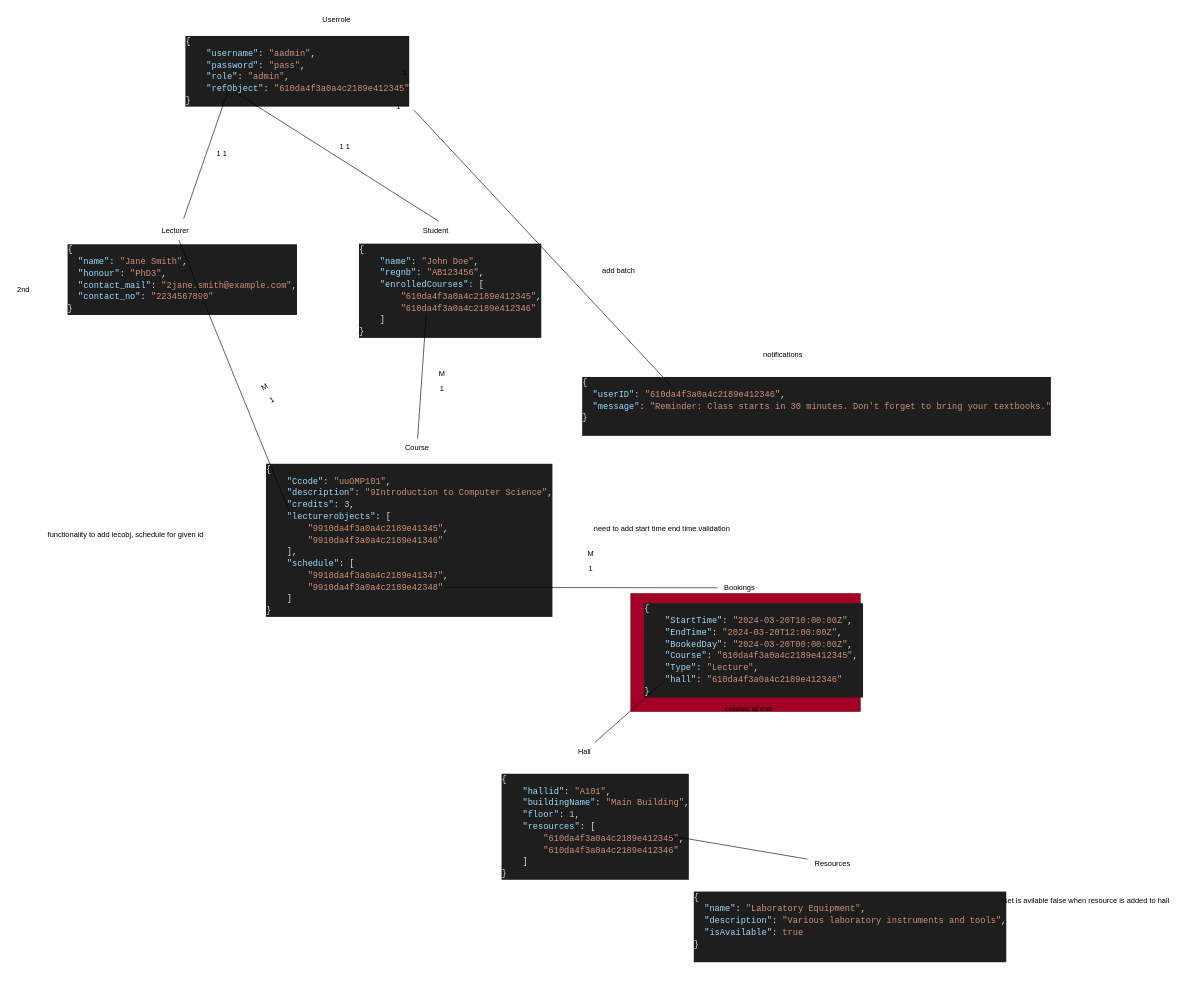
Earlier version of the draw.io diagram jsonMapping.drawio (nxdun/timetide). Source tidied: cells renumbered, new cells numbered last; positions are measured from the earlier drawing's top-left corner, leaving out a move shared by most shapes. Both pictures are drawn from the tidied source at 62%, with x=0, y=0 at pixel (11, 11).
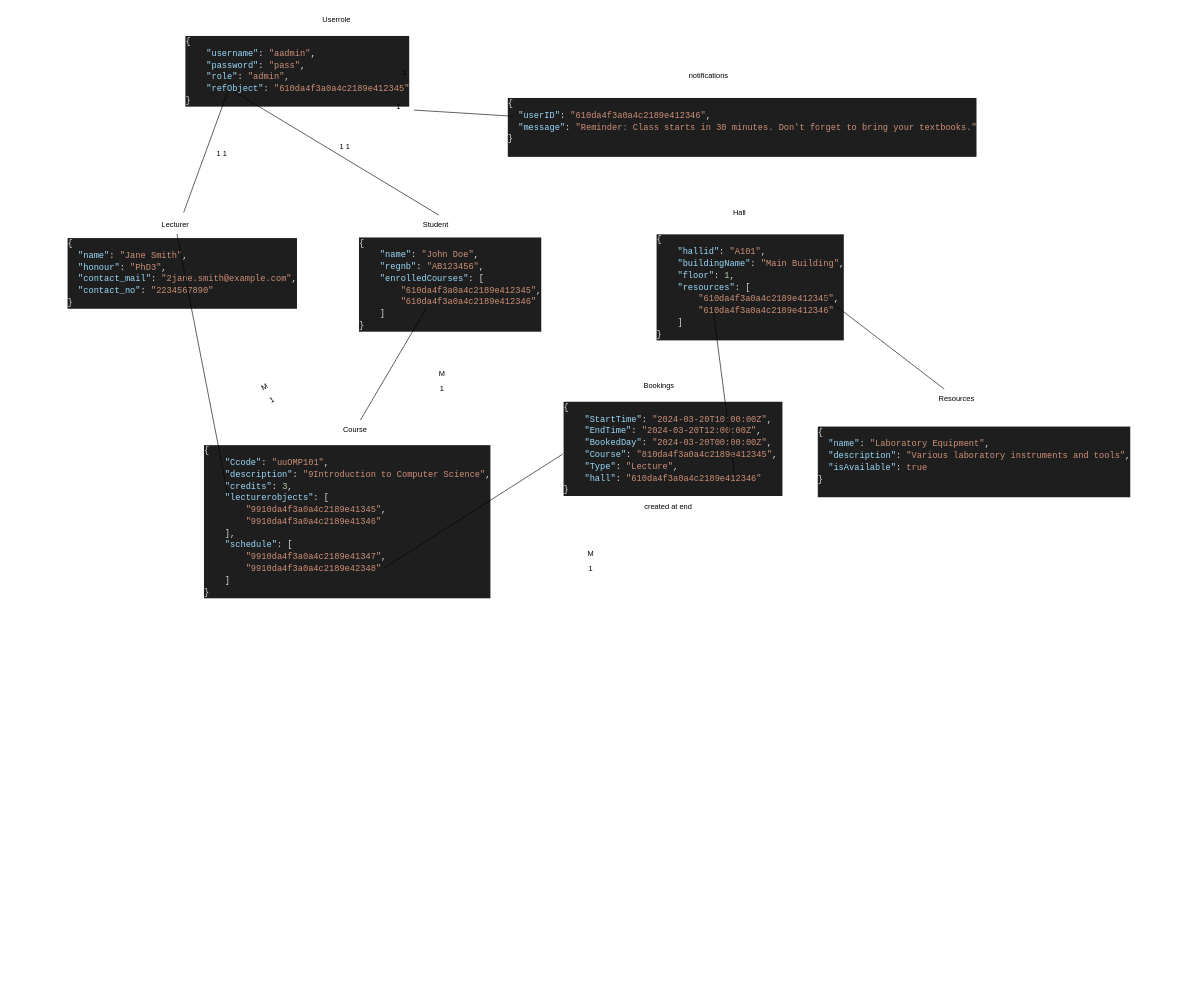
Above is the later version.

Unchanged cells that the change refers to:
```xml
<mxCell id="10" value="&#10;&lt;div style=&quot;color: rgb(212, 212, 212); background-color: rgb(30, 30, 30); font-family: Consolas, &amp;quot;Courier New&amp;quot;, monospace; font-weight: normal; font-size: 14px; line-height: 19px;&quot;&gt;&lt;div&gt;&lt;span style=&quot;color: #dcdcdc;&quot;&gt;{&lt;/span&gt;&lt;/div&gt;&lt;div&gt;&lt;span style=&quot;color: #d4d4d4;&quot;&gt;&amp;nbsp;&amp;nbsp;&amp;nbsp;&amp;nbsp;&lt;/span&gt;&lt;span style=&quot;color: #9cdcfe;&quot;&gt;&quot;StartTime&quot;&lt;/span&gt;&lt;span style=&quot;color: #dcdcdc;&quot;&gt;:&lt;/span&gt;&lt;span style=&quot;color: #d4d4d4;&quot;&gt;&amp;nbsp;&lt;/span&gt;&lt;span style=&quot;color: #ce9178;&quot;&gt;&quot;2024-03-20T10:00:00Z&quot;&lt;/span&gt;&lt;span style=&quot;color: #dcdcdc;&quot;&gt;,&lt;/span&gt;&lt;/div&gt;&lt;div&gt;&lt;span style=&quot;color: #d4d4d4;&quot;&gt;&amp;nbsp;&amp;nbsp;&amp;nbsp;&amp;nbsp;&lt;/span&gt;&lt;span style=&quot;color: #9cdcfe;&quot;&gt;&quot;EndTime&quot;&lt;/span&gt;&lt;span style=&quot;color: #dcdcdc;&quot;&gt;:&lt;/span&gt;&lt;span style=&quot;color: #d4d4d4;&quot;&gt;&amp;nbsp;&lt;/span&gt;&lt;span style=&quot;color: #ce9178;&quot;&gt;&quot;2024-03-20T12:00:00Z&quot;&lt;/span&gt;&lt;span style=&quot;color: #dcdcdc;&quot;&gt;,&lt;/span&gt;&lt;/div&gt;&lt;div&gt;&lt;span style=&quot;color: #d4d4d4;&quot;&gt;&amp;nbsp;&amp;nbsp;&amp;nbsp;&amp;nbsp;&lt;/span&gt;&lt;span style=&quot;color: #9cdcfe;&quot;&gt;&quot;BookedDay&quot;&lt;/span&gt;&lt;span style=&quot;color: #dcdcdc;&quot;&gt;:&lt;/span&gt;&lt;span style=&quot;color: #d4d4d4;&quot;&gt;&amp;nbsp;&lt;/span&gt;&lt;span style=&quot;color: #ce9178;&quot;&gt;&quot;2024-03-20T00:00:00Z&quot;&lt;/span&gt;&lt;span style=&quot;color: #dcdcdc;&quot;&gt;,&lt;/span&gt;&lt;/div&gt;&lt;div&gt;&lt;span style=&quot;color: #d4d4d4;&quot;&gt;&amp;nbsp;&amp;nbsp;&amp;nbsp;&amp;nbsp;&lt;/span&gt;&lt;span style=&quot;color: #9cdcfe;&quot;&gt;&quot;Course&quot;&lt;/span&gt;&lt;span style=&quot;color: #dcdcdc;&quot;&gt;:&lt;/span&gt;&lt;span style=&quot;color: #d4d4d4;&quot;&gt;&amp;nbsp;&lt;/span&gt;&lt;span style=&quot;color: #ce9178;&quot;&gt;&quot;810da4f3a0a4c2189e412345&quot;&lt;/span&gt;&lt;span style=&quot;color: #dcdcdc;&quot;&gt;,&lt;/span&gt;&lt;span style=&quot;color: #d4d4d4;&quot;&gt;&amp;nbsp;&lt;/span&gt;&lt;/div&gt;&lt;div&gt;&lt;span style=&quot;color: #d4d4d4;&quot;&gt;&amp;nbsp;&amp;nbsp;&amp;nbsp;&amp;nbsp;&lt;/span&gt;&lt;span style=&quot;color: #9cdcfe;&quot;&gt;&quot;Type&quot;&lt;/span&gt;&lt;span style=&quot;color: #dcdcdc;&quot;&gt;:&lt;/span&gt;&lt;span style=&quot;color: #d4d4d4;&quot;&gt;&amp;nbsp;&lt;/span&gt;&lt;span style=&quot;color: #ce9178;&quot;&gt;&quot;Lecture&quot;&lt;/span&gt;&lt;span style=&quot;color: #dcdcdc;&quot;&gt;,&lt;/span&gt;&lt;/div&gt;&lt;div&gt;&lt;span style=&quot;color: #d4d4d4;&quot;&gt;&amp;nbsp;&amp;nbsp;&amp;nbsp;&amp;nbsp;&lt;/span&gt;&lt;span style=&quot;color: #9cdcfe;&quot;&gt;&quot;hall&quot;&lt;/span&gt;&lt;span style=&quot;color: #dcdcdc;&quot;&gt;:&lt;/span&gt;&lt;span style=&quot;color: #d4d4d4;&quot;&gt;&amp;nbsp;&lt;/span&gt;&lt;span style=&quot;color: #ce9178;&quot;&gt;&quot;610da4f3a0a4c2189e412346&quot;&lt;/span&gt;&lt;span style=&quot;color: #d4d4d4;&quot;&gt;&amp;nbsp;&lt;/span&gt;&lt;/div&gt;&lt;div&gt;&lt;span style=&quot;color: #dcdcdc;&quot;&gt;}&lt;/span&gt;&lt;/div&gt;&lt;/div&gt;&#10;&#10;" style="text;whiteSpace=wrap;html=1;" parent="9" vertex="1">
  <mxGeometry x="20" y="20" width="370" height="140" as="geometry" />
</mxCell>
<mxCell id="11" value="Bookings" style="text;html=1;align=center;verticalAlign=middle;points=[];strokeColor=none;fillColor=none;" parent="9" vertex="1">
  <mxGeometry x="140" width="70" height="30" as="geometry" />
</mxCell>
<mxCell id="14" value="&#10;&lt;div style=&quot;color: rgb(212, 212, 212); background-color: rgb(30, 30, 30); font-family: Consolas, &amp;quot;Courier New&amp;quot;, monospace; font-weight: normal; font-size: 14px; line-height: 19px;&quot;&gt;&lt;div&gt;&lt;span style=&quot;color: #dcdcdc;&quot;&gt;{&lt;/span&gt;&lt;/div&gt;&lt;div&gt;&lt;span style=&quot;color: #d4d4d4;&quot;&gt;&amp;nbsp;&amp;nbsp;&amp;nbsp;&amp;nbsp;&lt;/span&gt;&lt;span style=&quot;color: #9cdcfe;&quot;&gt;&quot;Ccode&quot;&lt;/span&gt;&lt;span style=&quot;color: #dcdcdc;&quot;&gt;:&lt;/span&gt;&lt;span style=&quot;color: #d4d4d4;&quot;&gt;&amp;nbsp;&lt;/span&gt;&lt;span style=&quot;color: #ce9178;&quot;&gt;&quot;uuOMP101&quot;&lt;/span&gt;&lt;span style=&quot;color: #dcdcdc;&quot;&gt;,&lt;/span&gt;&lt;/div&gt;&lt;div&gt;&lt;span style=&quot;color: #d4d4d4;&quot;&gt;&amp;nbsp;&amp;nbsp;&amp;nbsp;&amp;nbsp;&lt;/span&gt;&lt;span style=&quot;color: #9cdcfe;&quot;&gt;&quot;description&quot;&lt;/span&gt;&lt;span style=&quot;color: #dcdcdc;&quot;&gt;:&lt;/span&gt;&lt;span style=&quot;color: #d4d4d4;&quot;&gt;&amp;nbsp;&lt;/span&gt;&lt;span style=&quot;color: #ce9178;&quot;&gt;&quot;9Introduction&amp;nbsp;to&amp;nbsp;Computer&amp;nbsp;Science&quot;&lt;/span&gt;&lt;span style=&quot;color: #dcdcdc;&quot;&gt;,&lt;/span&gt;&lt;/div&gt;&lt;div&gt;&lt;span style=&quot;color: #d4d4d4;&quot;&gt;&amp;nbsp;&amp;nbsp;&amp;nbsp;&amp;nbsp;&lt;/span&gt;&lt;span style=&quot;color: #9cdcfe;&quot;&gt;&quot;credits&quot;&lt;/span&gt;&lt;span style=&quot;color: #dcdcdc;&quot;&gt;:&lt;/span&gt;&lt;span style=&quot;color: #d4d4d4;&quot;&gt;&amp;nbsp;&lt;/span&gt;&lt;span style=&quot;color: #b5cea8;&quot;&gt;3&lt;/span&gt;&lt;span style=&quot;color: #dcdcdc;&quot;&gt;,&lt;/span&gt;&lt;/div&gt;&lt;div&gt;&lt;span style=&quot;color: #d4d4d4;&quot;&gt;&amp;nbsp;&amp;nbsp;&amp;nbsp;&amp;nbsp;&lt;/span&gt;&lt;span style=&quot;color: #9cdcfe;&quot;&gt;&quot;lecturerobjects&quot;&lt;/span&gt;&lt;span style=&quot;color: #dcdcdc;&quot;&gt;:&lt;/span&gt;&lt;span style=&quot;color: #d4d4d4;&quot;&gt;&amp;nbsp;&lt;/span&gt;&lt;span style=&quot;color: #dcdcdc;&quot;&gt;[&lt;/span&gt;&lt;/div&gt;&lt;div&gt;&lt;span style=&quot;color: #d4d4d4;&quot;&gt;&amp;nbsp;&amp;nbsp;&amp;nbsp;&amp;nbsp;&amp;nbsp;&amp;nbsp;&amp;nbsp;&amp;nbsp;&lt;/span&gt;&lt;span style=&quot;color: #ce9178;&quot;&gt;&quot;9910da4f3a0a4c2189e41345&quot;&lt;/span&gt;&lt;span style=&quot;color: #dcdcdc;&quot;&gt;,&lt;/span&gt;&lt;/div&gt;&lt;div&gt;&lt;span style=&quot;color: #d4d4d4;&quot;&gt;&amp;nbsp;&amp;nbsp;&amp;nbsp;&amp;nbsp;&amp;nbsp;&amp;nbsp;&amp;nbsp;&amp;nbsp;&lt;/span&gt;&lt;span style=&quot;color: #ce9178;&quot;&gt;&quot;9910da4f3a0a4c2189e41346&quot;&lt;/span&gt;&lt;/div&gt;&lt;div&gt;&lt;span style=&quot;color: #d4d4d4;&quot;&gt;&amp;nbsp;&amp;nbsp;&amp;nbsp;&amp;nbsp;&lt;/span&gt;&lt;span style=&quot;color: #dcdcdc;&quot;&gt;],&lt;/span&gt;&lt;/div&gt;&lt;div&gt;&lt;span style=&quot;color: #d4d4d4;&quot;&gt;&amp;nbsp;&amp;nbsp;&amp;nbsp;&amp;nbsp;&lt;/span&gt;&lt;span style=&quot;color: #9cdcfe;&quot;&gt;&quot;schedule&quot;&lt;/span&gt;&lt;span style=&quot;color: #dcdcdc;&quot;&gt;:&lt;/span&gt;&lt;span style=&quot;color: #d4d4d4;&quot;&gt;&amp;nbsp;&lt;/span&gt;&lt;span style=&quot;color: #dcdcdc;&quot;&gt;[&lt;/span&gt;&lt;/div&gt;&lt;div&gt;&lt;span style=&quot;color: #d4d4d4;&quot;&gt;&amp;nbsp;&amp;nbsp;&amp;nbsp;&amp;nbsp;&amp;nbsp;&amp;nbsp;&amp;nbsp;&amp;nbsp;&lt;/span&gt;&lt;span style=&quot;color: #ce9178;&quot;&gt;&quot;9910da4f3a0a4c2189e41347&quot;&lt;/span&gt;&lt;span style=&quot;color: #dcdcdc;&quot;&gt;,&lt;/span&gt;&lt;/div&gt;&lt;div&gt;&lt;span style=&quot;color: #d4d4d4;&quot;&gt;&amp;nbsp;&amp;nbsp;&amp;nbsp;&amp;nbsp;&amp;nbsp;&amp;nbsp;&amp;nbsp;&amp;nbsp;&lt;/span&gt;&lt;span style=&quot;color: #ce9178;&quot;&gt;&quot;9910da4f3a0a4c2189e42348&quot;&lt;/span&gt;&lt;/div&gt;&lt;div&gt;&lt;span style=&quot;color: #d4d4d4;&quot;&gt;&amp;nbsp;&amp;nbsp;&amp;nbsp;&amp;nbsp;&lt;/span&gt;&lt;span style=&quot;color: #dcdcdc;&quot;&gt;]&lt;/span&gt;&lt;/div&gt;&lt;div&gt;&lt;span style=&quot;color: #dcdcdc;&quot;&gt;}&lt;/span&gt;&lt;/div&gt;&lt;/div&gt;&#10;&#10;" style="text;whiteSpace=wrap;html=1;" parent="13" vertex="1">
  <mxGeometry x="20" y="20" width="370" height="140" as="geometry" />
</mxCell>
<mxCell id="17" value="&#10;&lt;div style=&quot;color: rgb(212, 212, 212); background-color: rgb(30, 30, 30); font-family: Consolas, &amp;quot;Courier New&amp;quot;, monospace; font-weight: normal; font-size: 14px; line-height: 19px;&quot;&gt;&lt;div&gt;&lt;span style=&quot;color: #dcdcdc;&quot;&gt;{&lt;/span&gt;&lt;/div&gt;&lt;div&gt;&lt;span style=&quot;color: #d4d4d4;&quot;&gt;&amp;nbsp;&amp;nbsp;&amp;nbsp;&amp;nbsp;&lt;/span&gt;&lt;span style=&quot;color: #9cdcfe;&quot;&gt;&quot;username&quot;&lt;/span&gt;&lt;span style=&quot;color: #dcdcdc;&quot;&gt;:&lt;/span&gt;&lt;span style=&quot;color: #d4d4d4;&quot;&gt;&amp;nbsp;&lt;/span&gt;&lt;span style=&quot;color: #ce9178;&quot;&gt;&quot;aadmin&quot;&lt;/span&gt;&lt;span style=&quot;color: #dcdcdc;&quot;&gt;,&lt;/span&gt;&lt;/div&gt;&lt;div&gt;&lt;span style=&quot;color: #d4d4d4;&quot;&gt;&amp;nbsp;&amp;nbsp;&amp;nbsp;&amp;nbsp;&lt;/span&gt;&lt;span style=&quot;color: #9cdcfe;&quot;&gt;&quot;password&quot;&lt;/span&gt;&lt;span style=&quot;color: #dcdcdc;&quot;&gt;:&lt;/span&gt;&lt;span style=&quot;color: #d4d4d4;&quot;&gt;&amp;nbsp;&lt;/span&gt;&lt;span style=&quot;color: #ce9178;&quot;&gt;&quot;pass&quot;&lt;/span&gt;&lt;span style=&quot;color: #dcdcdc;&quot;&gt;,&lt;/span&gt;&lt;/div&gt;&lt;div&gt;&lt;span style=&quot;color: #d4d4d4;&quot;&gt;&amp;nbsp;&amp;nbsp;&amp;nbsp;&amp;nbsp;&lt;/span&gt;&lt;span style=&quot;color: #9cdcfe;&quot;&gt;&quot;role&quot;&lt;/span&gt;&lt;span style=&quot;color: #dcdcdc;&quot;&gt;:&lt;/span&gt;&lt;span style=&quot;color: #d4d4d4;&quot;&gt;&amp;nbsp;&lt;/span&gt;&lt;span style=&quot;color: #ce9178;&quot;&gt;&quot;admin&quot;&lt;/span&gt;&lt;span style=&quot;color: #dcdcdc;&quot;&gt;,&lt;/span&gt;&lt;/div&gt;&lt;div&gt;&lt;span style=&quot;color: #d4d4d4;&quot;&gt;&amp;nbsp;&amp;nbsp;&amp;nbsp;&amp;nbsp;&lt;/span&gt;&lt;span style=&quot;color: #9cdcfe;&quot;&gt;&quot;refObject&quot;&lt;/span&gt;&lt;span style=&quot;color: #dcdcdc;&quot;&gt;:&lt;/span&gt;&lt;span style=&quot;color: #d4d4d4;&quot;&gt;&amp;nbsp;&lt;/span&gt;&lt;span style=&quot;color: #ce9178;&quot;&gt;&quot;610da4f3a0a4c2189e412345&quot;&lt;/span&gt;&lt;/div&gt;&lt;div&gt;&lt;span style=&quot;color: #dcdcdc;&quot;&gt;}&lt;/span&gt;&lt;/div&gt;&lt;/div&gt;&#10;&#10;" style="text;whiteSpace=wrap;html=1;" parent="16" vertex="1">
  <mxGeometry x="20" y="20" width="370" height="140" as="geometry" />
</mxCell>
<mxCell id="22" value="&#10;&lt;div style=&quot;color: rgb(212, 212, 212); background-color: rgb(30, 30, 30); font-family: Consolas, &amp;quot;Courier New&amp;quot;, monospace; font-weight: normal; font-size: 14px; line-height: 19px;&quot;&gt;&lt;div&gt;&lt;span style=&quot;color: #dcdcdc;&quot;&gt;{&lt;/span&gt;&lt;/div&gt;&lt;div&gt;&lt;span style=&quot;color: #d4d4d4;&quot;&gt;&amp;nbsp;&amp;nbsp;&lt;/span&gt;&lt;span style=&quot;color: #9cdcfe;&quot;&gt;&quot;userID&quot;&lt;/span&gt;&lt;span style=&quot;color: #dcdcdc;&quot;&gt;:&lt;/span&gt;&lt;span style=&quot;color: #d4d4d4;&quot;&gt;&amp;nbsp;&lt;/span&gt;&lt;span style=&quot;color: #ce9178;&quot;&gt;&quot;610da4f3a0a4c2189e412346&quot;&lt;/span&gt;&lt;span style=&quot;color: #dcdcdc;&quot;&gt;,&lt;/span&gt;&lt;span style=&quot;color: #d4d4d4;&quot;&gt;&amp;nbsp;&lt;/span&gt;&lt;/div&gt;&lt;div&gt;&lt;span style=&quot;color: #d4d4d4;&quot;&gt;&amp;nbsp;&amp;nbsp;&lt;/span&gt;&lt;span style=&quot;color: #9cdcfe;&quot;&gt;&quot;message&quot;&lt;/span&gt;&lt;span style=&quot;color: #dcdcdc;&quot;&gt;:&lt;/span&gt;&lt;span style=&quot;color: #d4d4d4;&quot;&gt;&amp;nbsp;&lt;/span&gt;&lt;span style=&quot;color: #ce9178;&quot;&gt;&quot;Reminder:&amp;nbsp;Class&amp;nbsp;starts&amp;nbsp;in&amp;nbsp;30&amp;nbsp;minutes.&amp;nbsp;Don't&amp;nbsp;forget&amp;nbsp;to&amp;nbsp;bring&amp;nbsp;your&amp;nbsp;textbooks.&quot;&lt;/span&gt;&lt;/div&gt;&lt;div&gt;&lt;span style=&quot;color: #dcdcdc;&quot;&gt;}&lt;/span&gt;&lt;/div&gt;&lt;br&gt;&lt;/div&gt;&#10;&#10;" style="text;whiteSpace=wrap;html=1;" parent="21" vertex="1">
  <mxGeometry x="-130" y="30" width="370" height="140" as="geometry" />
</mxCell>
<mxCell id="26" value="&#10;&lt;div style=&quot;color: rgb(212, 212, 212); background-color: rgb(30, 30, 30); font-family: Consolas, &amp;quot;Courier New&amp;quot;, monospace; font-weight: normal; font-size: 14px; line-height: 19px;&quot;&gt;&lt;div&gt;&lt;span style=&quot;color: #dcdcdc;&quot;&gt;{&lt;/span&gt;&lt;/div&gt;&lt;div&gt;&lt;span style=&quot;color: #d4d4d4;&quot;&gt;&amp;nbsp;&amp;nbsp;&amp;nbsp;&amp;nbsp;&lt;/span&gt;&lt;span style=&quot;color: #9cdcfe;&quot;&gt;&quot;hallid&quot;&lt;/span&gt;&lt;span style=&quot;color: #dcdcdc;&quot;&gt;:&lt;/span&gt;&lt;span style=&quot;color: #d4d4d4;&quot;&gt;&amp;nbsp;&lt;/span&gt;&lt;span style=&quot;color: #ce9178;&quot;&gt;&quot;A101&quot;&lt;/span&gt;&lt;span style=&quot;color: #dcdcdc;&quot;&gt;,&lt;/span&gt;&lt;/div&gt;&lt;div&gt;&lt;span style=&quot;color: #d4d4d4;&quot;&gt;&amp;nbsp;&amp;nbsp;&amp;nbsp;&amp;nbsp;&lt;/span&gt;&lt;span style=&quot;color: #9cdcfe;&quot;&gt;&quot;buildingName&quot;&lt;/span&gt;&lt;span style=&quot;color: #dcdcdc;&quot;&gt;:&lt;/span&gt;&lt;span style=&quot;color: #d4d4d4;&quot;&gt;&amp;nbsp;&lt;/span&gt;&lt;span style=&quot;color: #ce9178;&quot;&gt;&quot;Main&amp;nbsp;Building&quot;&lt;/span&gt;&lt;span style=&quot;color: #dcdcdc;&quot;&gt;,&lt;/span&gt;&lt;/div&gt;&lt;div&gt;&lt;span style=&quot;color: #d4d4d4;&quot;&gt;&amp;nbsp;&amp;nbsp;&amp;nbsp;&amp;nbsp;&lt;/span&gt;&lt;span style=&quot;color: #9cdcfe;&quot;&gt;&quot;floor&quot;&lt;/span&gt;&lt;span style=&quot;color: #dcdcdc;&quot;&gt;:&lt;/span&gt;&lt;span style=&quot;color: #d4d4d4;&quot;&gt;&amp;nbsp;&lt;/span&gt;&lt;span style=&quot;color: #b5cea8;&quot;&gt;1&lt;/span&gt;&lt;span style=&quot;color: #dcdcdc;&quot;&gt;,&lt;/span&gt;&lt;/div&gt;&lt;div&gt;&lt;span style=&quot;color: #d4d4d4;&quot;&gt;&amp;nbsp;&amp;nbsp;&amp;nbsp;&amp;nbsp;&lt;/span&gt;&lt;span style=&quot;color: #9cdcfe;&quot;&gt;&quot;resources&quot;&lt;/span&gt;&lt;span style=&quot;color: #dcdcdc;&quot;&gt;:&lt;/span&gt;&lt;span style=&quot;color: #d4d4d4;&quot;&gt;&amp;nbsp;&lt;/span&gt;&lt;span style=&quot;color: #dcdcdc;&quot;&gt;[&lt;/span&gt;&lt;/div&gt;&lt;div&gt;&lt;span style=&quot;color: #d4d4d4;&quot;&gt;&amp;nbsp;&amp;nbsp;&amp;nbsp;&amp;nbsp;&amp;nbsp;&amp;nbsp;&amp;nbsp;&amp;nbsp;&lt;/span&gt;&lt;span style=&quot;color: #ce9178;&quot;&gt;&quot;610da4f3a0a4c2189e412345&quot;&lt;/span&gt;&lt;span style=&quot;color: #dcdcdc;&quot;&gt;,&lt;/span&gt;&lt;/div&gt;&lt;div&gt;&lt;span style=&quot;color: #d4d4d4;&quot;&gt;&amp;nbsp;&amp;nbsp;&amp;nbsp;&amp;nbsp;&amp;nbsp;&amp;nbsp;&amp;nbsp;&amp;nbsp;&lt;/span&gt;&lt;span style=&quot;color: #ce9178;&quot;&gt;&quot;610da4f3a0a4c2189e412346&quot;&lt;/span&gt;&lt;/div&gt;&lt;div&gt;&lt;span style=&quot;color: #d4d4d4;&quot;&gt;&amp;nbsp;&amp;nbsp;&amp;nbsp;&amp;nbsp;&lt;/span&gt;&lt;span style=&quot;color: #dcdcdc;&quot;&gt;]&lt;/span&gt;&lt;/div&gt;&lt;div&gt;&lt;span style=&quot;color: #dcdcdc;&quot;&gt;}&lt;/span&gt;&lt;/div&gt;&lt;/div&gt;&#10;&#10;" style="text;whiteSpace=wrap;html=1;" parent="25" vertex="1">
  <mxGeometry x="60" y="30" width="370" height="140" as="geometry" />
</mxCell>
<mxCell id="27" value="Hall" style="text;html=1;align=center;verticalAlign=middle;points=[];strokeColor=none;fillColor=none;" parent="25" vertex="1">
  <mxGeometry x="175" width="40" height="30" as="geometry" />
</mxCell>
```

Diff of the diagram source:
```diff
@@
-    <mxCell id="2" style="rounded=0;whiteSpace=wrap;html=1;fillColor=#a20025;fontColor=#ffffff;strokeColor=#6F0000;" parent="1" vertex="1">
-      <mxGeometry x="1000" y="940" width="370" height="190" as="geometry" />
-    </mxCell>
     <mxCell id="3" style="group;" parent="1" vertex="1">
-      <mxGeometry x="90" y="340" width="370" height="170" as="geometry" />
+      <mxGeometry x="90" y="330" width="370" height="170" as="geometry" />
     </mxCell>
@@
     <mxCell id="6" style="group;" parent="1" vertex="1">
-      <mxGeometry x="510" y="340" width="380" height="170" as="geometry" />
+      <mxGeometry x="510" y="330" width="380" height="170" as="geometry" />
     </mxCell>
@@
     <mxCell id="9" style="group;" parent="1" vertex="1">
-      <mxGeometry x="1000" y="915" width="390" height="225" as="geometry" />
+      <mxGeometry x="870" y="590" width="390" height="225" as="geometry" />
     </mxCell>
@@
     <mxCell id="13" style="group;" parent="1" vertex="1">
-      <mxGeometry x="390" y="690" width="390" height="170" as="geometry" />
+      <mxGeometry x="290" y="660" width="390" height="170" as="geometry" />
     </mxCell>
@@
     <mxCell id="21" style="group;" parent="1" vertex="1">
-      <mxGeometry x="1050" y="540" width="390" height="170" as="geometry" />
+      <mxGeometry x="930" y="90" width="390" height="170" as="geometry" />
     </mxCell>
@@
     <mxCell id="25" style="group;" parent="1" vertex="1">
-      <mxGeometry x="730" y="1180" width="390" height="170" as="geometry" />
+      <mxGeometry x="980" y="310" width="390" height="170" as="geometry" />
     </mxCell>
@@
     <mxCell id="28" style="group;" parent="1" vertex="1">
-      <mxGeometry x="1130" y="1360" width="390" height="175" as="geometry" />
+      <mxGeometry x="1330" y="610" width="390" height="175" as="geometry" />
     </mxCell>
@@
-    <mxCell id="43" style="endArrow=none;html=1;exitX=0.784;exitY=1.571;exitDx=0;exitDy=0;exitPerimeter=0;entryX=-0.001;entryY=0.518;entryDx=0;entryDy=0;entryPerimeter=0;" parent="1" edge="1" source="14" target="11">
+    <mxCell id="43" style="endArrow=none;html=1;exitX=0.784;exitY=1.571;exitDx=0;exitDy=0;exitPerimeter=0;entryX=0;entryY=0.75;entryDx=0;entryDy=0;" parent="1" edge="1" source="14" target="10">
       <mxGeometry relative="1" as="geometry" />
     </mxCell>
@@
-    <mxCell id="48" style="endArrow=none;html=1;entryX=0.091;entryY=1.043;entryDx=0;entryDy=0;entryPerimeter=0;" parent="1" edge="1" source="27" target="10">
+    <mxCell id="48" style="endArrow=none;html=1;entryX=0.75;entryY=1;entryDx=0;entryDy=0;exitX=0.25;exitY=1;exitDx=0;exitDy=0;" parent="1" edge="1" source="26" target="10">
       <mxGeometry relative="1" as="geometry" />
     </mxCell>
-    <mxCell id="49" style="endArrow=none;html=1;entryX=1;entryY=1;entryDx=0;entryDy=0;exitX=0.405;exitY=0.286;exitDx=0;exitDy=0;exitPerimeter=0;" parent="1" edge="1" source="22" target="17">
-      <mxGeometry relative="1" as="geometry" />
+    <mxCell id="49" style="endArrow=none;html=1;entryX=1;entryY=1;entryDx=0;entryDy=0;" parent="1" edge="1" target="17">
+      <mxGeometry relative="1" as="geometry">
+        <mxPoint x="810" y="170" as="sourcePoint" />
+      </mxGeometry>
     </mxCell>
-    <mxCell id="50" value="need to add start time end time validation" style="text;html=1;align=center;verticalAlign=middle;strokeColor=none;fillColor=none;" parent="1" vertex="1">
-      <mxGeometry x="930" y="820" width="240" height="30" as="geometry" />
-    </mxCell>
-    <mxCell id="51" value="set is avilable false when resource is added to hall" style="text;html=1;align=center;verticalAlign=middle;strokeColor=none;fillColor=none;" parent="1" vertex="1">
-      <mxGeometry x="1590" y="1420" width="290" height="30" as="geometry" />
-    </mxCell>
-    <mxCell id="52" value="2nd" style="text;html=1;align=center;verticalAlign=middle;strokeColor=none;fillColor=none;" parent="1" vertex="1">
-      <mxGeometry y="435" width="40" height="30" as="geometry" />
-    </mxCell>
-    <mxCell id="53" value="functionality to add lecobj, schedule for given id" style="text;html=1;align=center;verticalAlign=middle;strokeColor=none;fillColor=none;" parent="1" vertex="1">
-      <mxGeometry x="45" y="830" width="280" height="30" as="geometry" />
-    </mxCell>
-    <mxCell id="54" value="add batch" style="text;html=1;align=center;verticalAlign=middle;strokeColor=none;fillColor=none;" parent="1" vertex="1">
-      <mxGeometry x="940" y="405" width="80" height="30" as="geometry" />
-    </mxCell>
```
